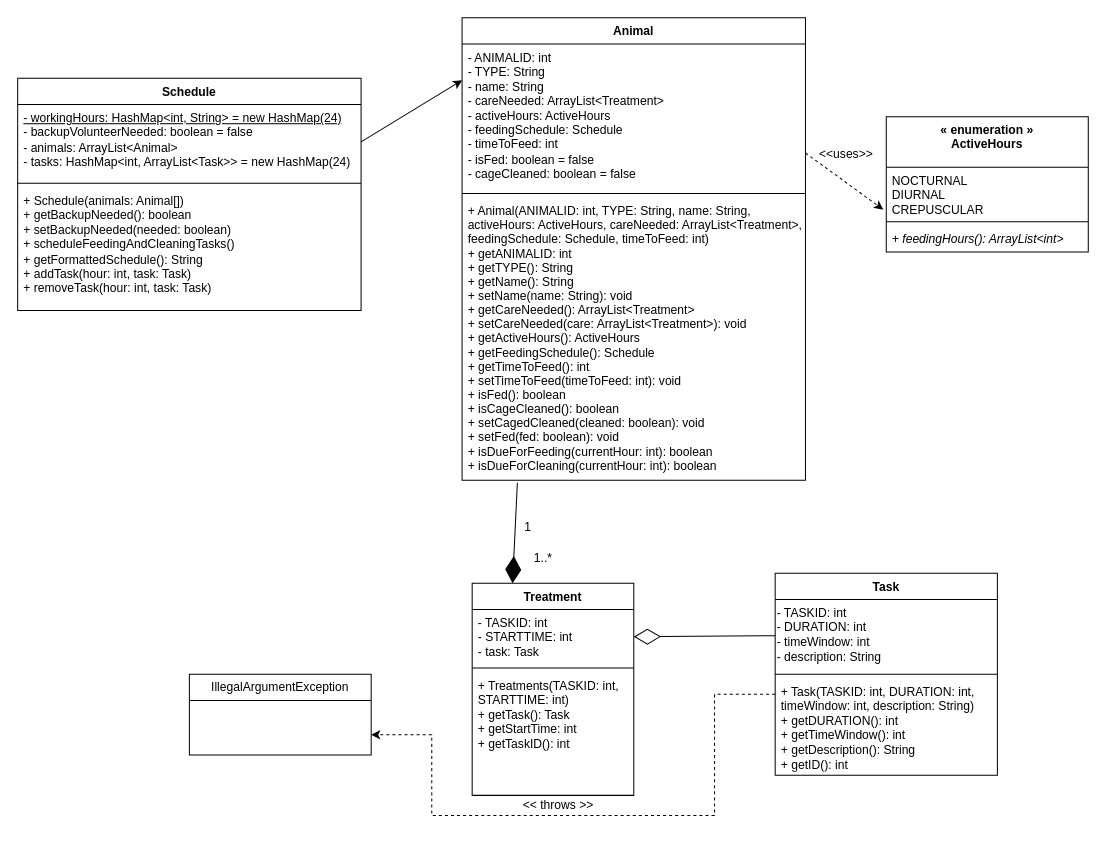
Above: 64.drawio in aryan-karadia/Mock-Schedule-Builder (draw.io), before the change. Source tidied: cells renumbered, new cells numbered last; positions are measured from the earlier drawing's top-left corner, leaving out a move shared by most shapes. Both pictures are drawn from the tidied source at 101%, with x=0, y=0 at pixel (17, 17).
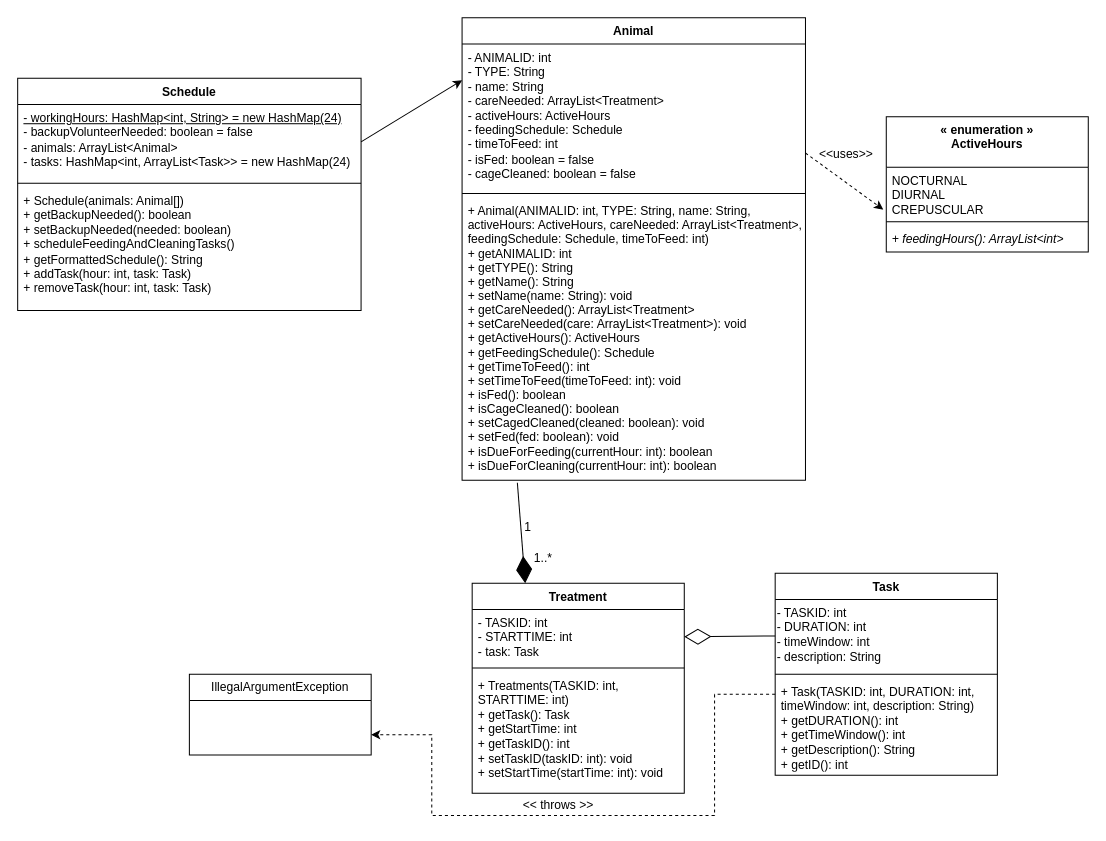
The same page after the edit.

Commit message:
Treatment Class: added + setTaskID(taskID: int): void + setStartTime(startTime: int): void

The edit, as a diff of the source:
```diff
@@
     <mxCell id="16" value="Treatment" style="swimlane;fontStyle=1;align=center;verticalAlign=top;horizontal=1;startSize=26;whiteSpace=wrap;html=1;" parent="1" vertex="1">
-      <mxGeometry x="450" y="560" width="160" height="210" as="geometry" />
+      <mxGeometry x="450" y="560" width="210" height="208" as="geometry" />
     </mxCell>
     <mxCell id="17" value="- TASKID: int&lt;br&gt;- STARTTIME: int&lt;br&gt;- task: Task" style="text;strokeColor=none;fillColor=none;align=left;verticalAlign=top;spacingLeft=4;spacingRight=4;overflow=hidden;points=[[0,0.5],[1,0.5]];portConstraint=eastwest;whiteSpace=wrap;html=1;" parent="16" vertex="1">
-      <mxGeometry y="26" width="160" height="54" as="geometry" />
+      <mxGeometry y="26" width="210" height="54" as="geometry" />
     </mxCell>
     <mxCell id="18" style="line;strokeWidth=1;fillColor=none;align=left;verticalAlign=middle;spacingTop=-1;spacingLeft=3;spacingRight=3;labelPosition=right;strokeColor=inherit;" parent="16" vertex="1">
-      <mxGeometry y="80" width="160" height="8" as="geometry" />
+      <mxGeometry y="80" width="210" height="8" as="geometry" />
     </mxCell>
-    <mxCell id="19" value="+ Treatments(TASKID: int, STARTTIME: int)&lt;br&gt;+ getTask(): Task&lt;br&gt;+ getStartTime: int&lt;br&gt;+ getTaskID(): int" style="text;strokeColor=none;fillColor=none;align=left;verticalAlign=top;spacingLeft=4;spacingRight=4;overflow=hidden;whiteSpace=wrap;html=1;" parent="16" vertex="1">
-      <mxGeometry y="88" width="160" height="122" as="geometry" />
+    <mxCell id="19" value="+ Treatments(TASKID: int, STARTTIME: int)&lt;br&gt;+ getTask(): Task&lt;br&gt;+ getStartTime: int&lt;br&gt;+ getTaskID(): int&lt;br&gt;+ setTaskID(taskID: int): void&lt;br&gt;+ setStartTime(startTime: int): void" style="text;strokeColor=none;fillColor=none;align=left;verticalAlign=top;spacingLeft=4;spacingRight=4;overflow=hidden;whiteSpace=wrap;html=1;" parent="16" vertex="1">
+      <mxGeometry y="88" width="210" height="120" as="geometry" />
     </mxCell>
```
